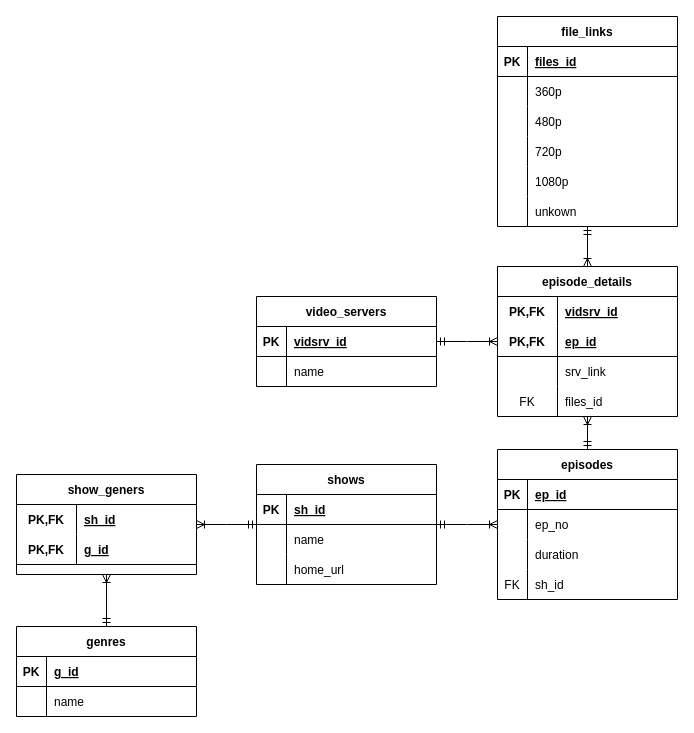
Before: Untitled Diagram.drawio in baqir-rizavi/sad-db, a draw.io diagram. Source tidied: cells renumbered, new cells numbered last; positions are measured from the earlier drawing's top-left corner, leaving out a move shared by most shapes. Both pictures are drawn from the tidied source at 100%, with x=0, y=0 at pixel (16, 16).
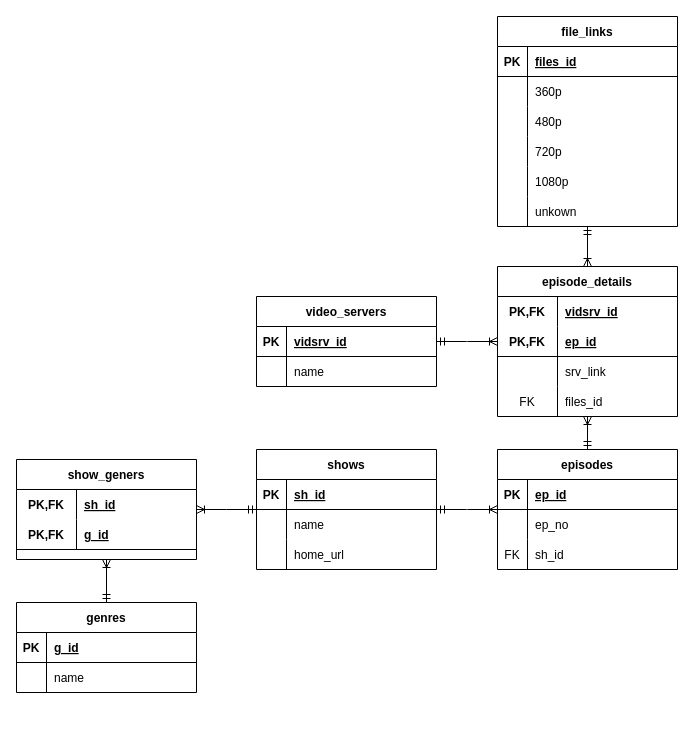
The same page after the edit.

What changed in the source:
```diff
@@
     <mxCell id="2" value="shows" style="shape=table;startSize=30;childLayout=tableLayout;rowLines=0;fontStyle=1;align=center;" parent="1" vertex="1">
-      <mxGeometry x="240" y="448" width="180" height="120" as="geometry" />
+      <mxGeometry x="240" y="433" width="180" height="120" as="geometry" />
     </mxCell>
@@
     <mxCell id="12" value="episodes" style="shape=table;startSize=30;childLayout=tableLayout;rowLines=0;fontStyle=1;align=center;" parent="1" vertex="1">
-      <mxGeometry x="481" y="433" width="180" height="150" as="geometry" />
+      <mxGeometry x="481" y="433" width="180" height="120" as="geometry" />
     </mxCell>
@@
-    <mxCell id="19" style="shape=tableRow;horizontal=0;startSize=0;swimlaneHead=0;swimlaneBody=0;fillColor=none;top=0;left=0;right=0;bottom=0;" parent="12" vertex="1">
-      <mxGeometry y="90" width="180" height="30" as="geometry" />
-    </mxCell>
-    <mxCell id="20" style="shape=partialRectangle;fillColor=none;top=0;left=0;bottom=0;right=0;overflow=hidden;" parent="19" vertex="1">
-      <mxGeometry width="30" height="30" as="geometry" />
-    </mxCell>
-    <mxCell id="21" value="duration" style="shape=partialRectangle;fillColor=none;top=0;left=0;bottom=0;right=0;align=left;spacingLeft=6;overflow=hidden;" parent="19" vertex="1">
-      <mxGeometry x="30" width="150" height="30" as="geometry" />
-    </mxCell>
     <mxCell id="22" style="shape=tableRow;horizontal=0;startSize=0;swimlaneHead=0;swimlaneBody=0;fillColor=none;top=0;left=0;right=0;bottom=0;" parent="12" vertex="1">
-      <mxGeometry y="120" width="180" height="30" as="geometry" />
+      <mxGeometry y="90" width="180" height="30" as="geometry" />
     </mxCell>
@@
     <mxCell id="68" value="genres" style="shape=table;startSize=30;childLayout=tableLayout;rowLines=0;fontStyle=1;align=center;" parent="1" vertex="1">
-      <mxGeometry y="610" width="180" height="90" as="geometry" />
+      <mxGeometry y="586" width="180" height="90" as="geometry" />
     </mxCell>
@@
     <mxCell id="75" value="show_geners" style="shape=table;startSize=30;childLayout=tableLayout;rowLines=0;fontStyle=1;align=center;" parent="1" vertex="1">
-      <mxGeometry y="458" width="180" height="100" as="geometry" />
+      <mxGeometry y="443" width="180" height="100" as="geometry" />
     </mxCell>
```
